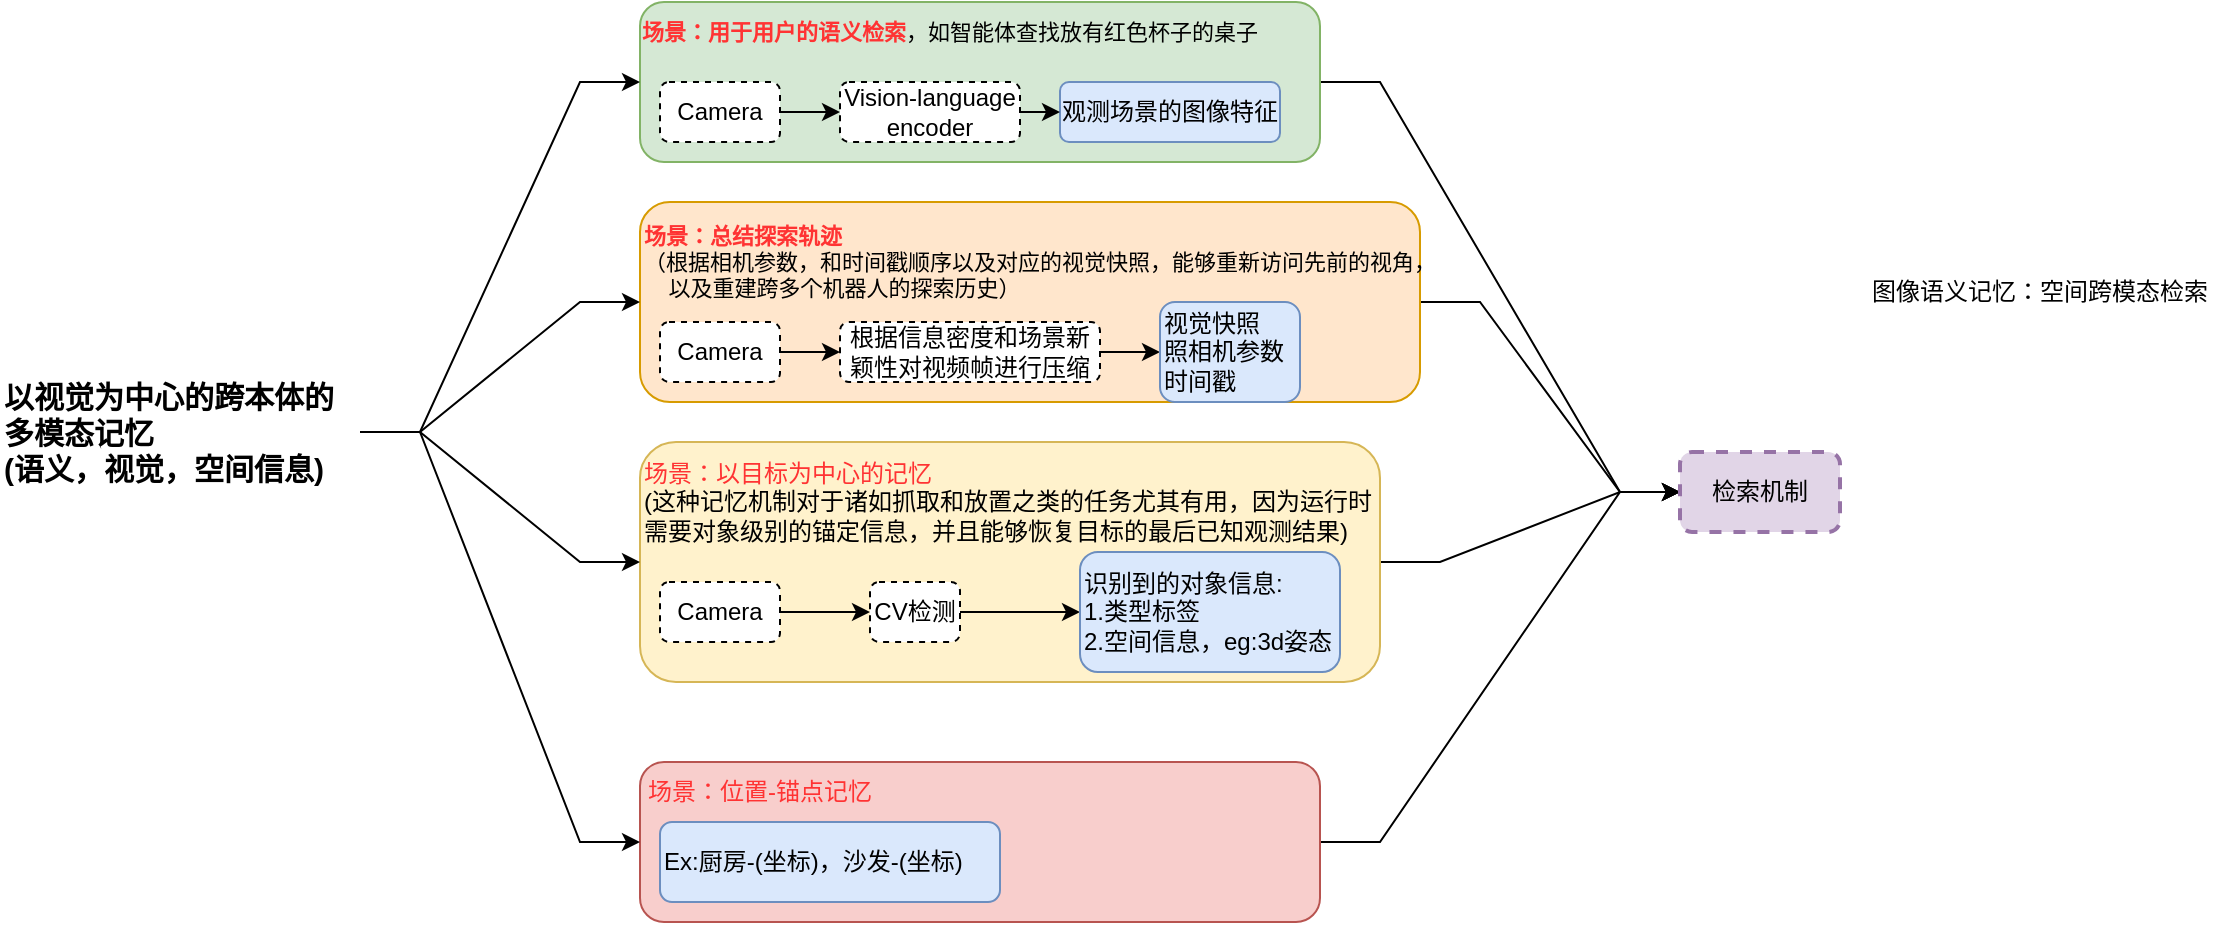
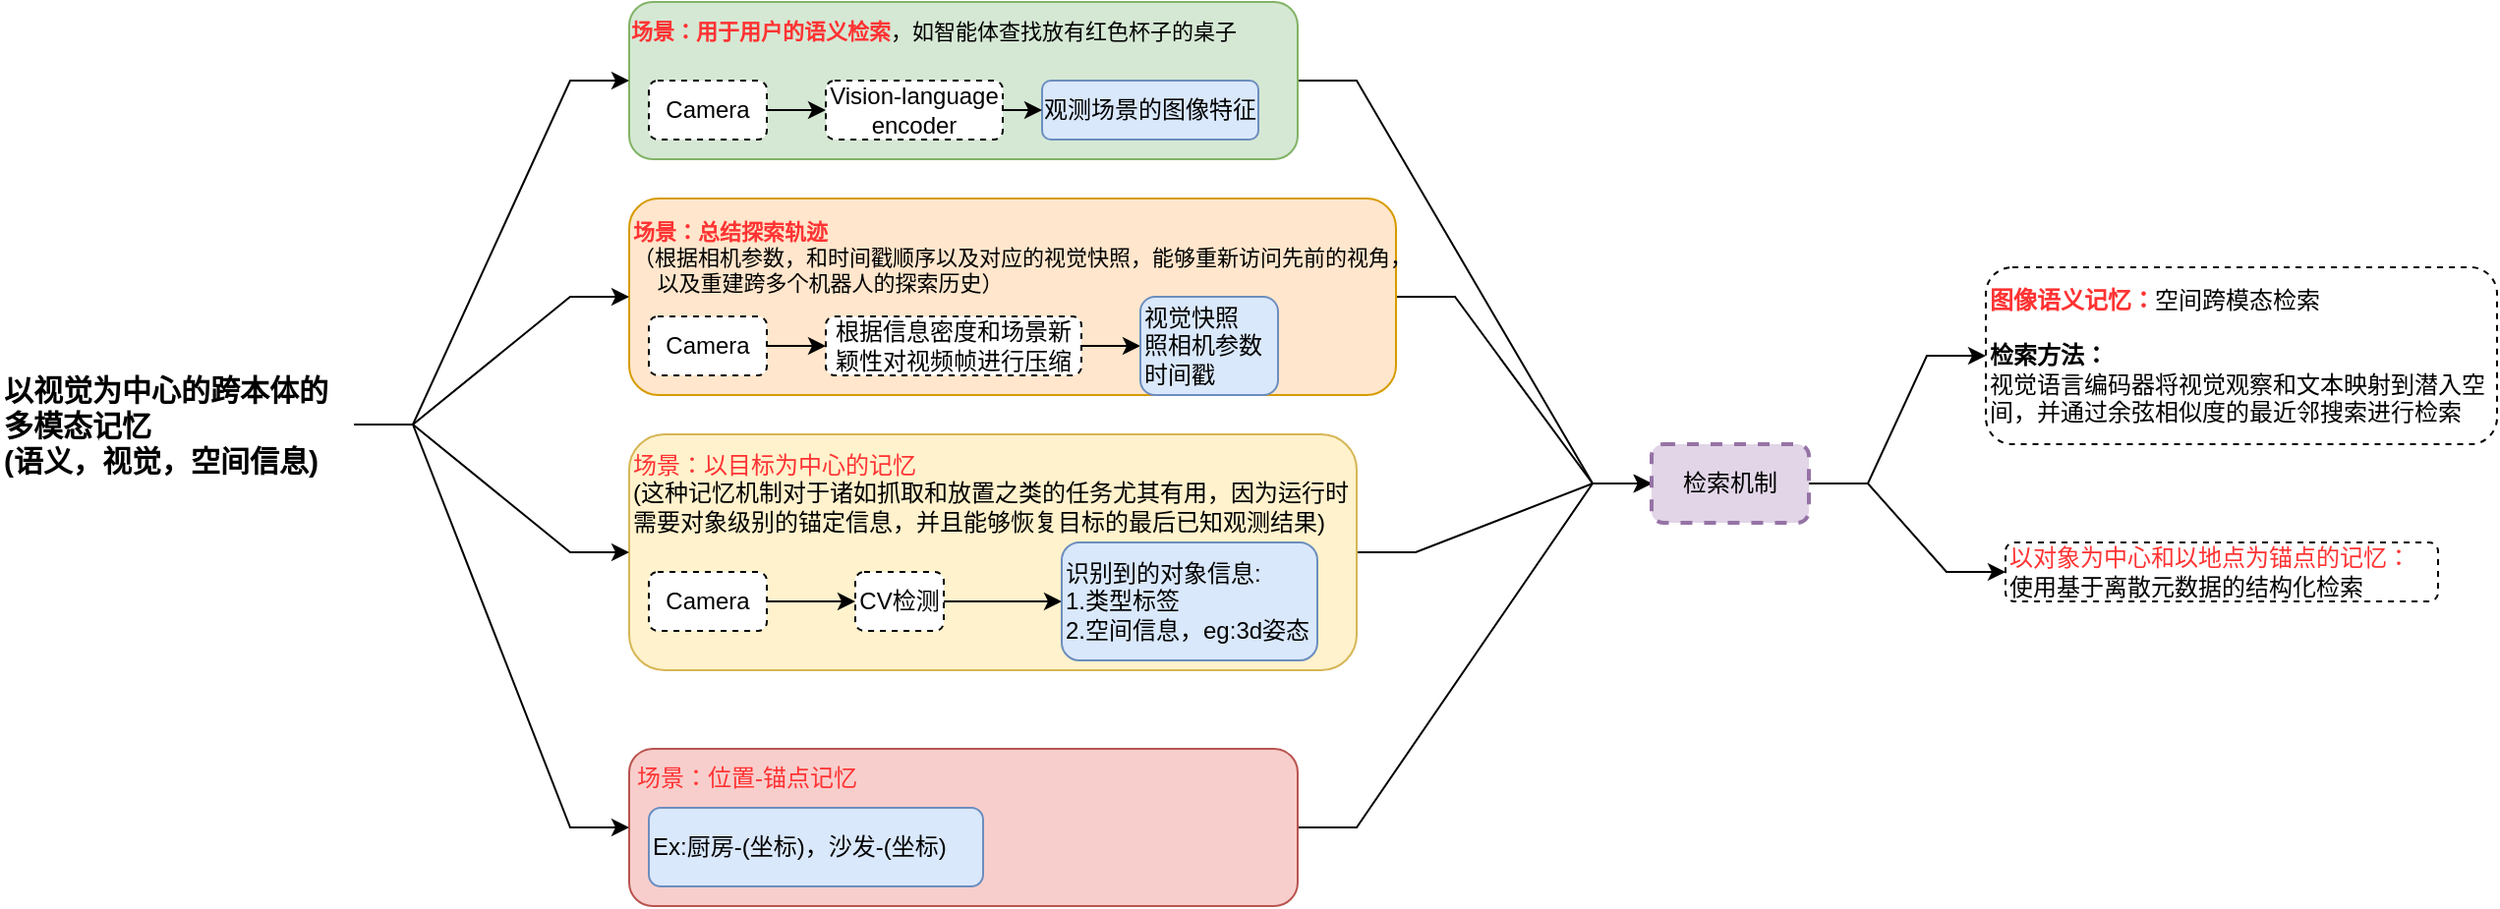
<mxfile host="app.diagrams.net">
  <diagram name="第 1 页" id="ri1UiOSOw__C7K71Jf-3">
    <mxGraphModel dx="4310" dy="547" grid="1" gridSize="10" guides="1" tooltips="1" connect="1" arrows="1" fold="1" page="1" pageScale="1" pageWidth="3300" pageHeight="2339" math="0" shadow="0">
      <root>
        <mxCell id="0" />
        <mxCell id="1" parent="0" />
        <mxCell id="8uAygAgR7DF40HWwl34I-37" edge="1" parent="1" source="8uAygAgR7DF40HWwl34I-28" style="edgeStyle=entityRelationEdgeStyle;rounded=0;orthogonalLoop=1;jettySize=auto;html=1;exitX=1;exitY=0.5;exitDx=0;exitDy=0;" target="8uAygAgR7DF40HWwl34I-33">
          <mxGeometry relative="1" as="geometry" />
        </mxCell>
        <mxCell id="8uAygAgR7DF40HWwl34I-28" parent="1" style="rounded=1;whiteSpace=wrap;html=1;fillColor=#f8cecc;strokeColor=#b85450;" value="" vertex="1">
          <mxGeometry height="80" width="340" x="200" y="440" as="geometry" />
        </mxCell>
        <mxCell id="8uAygAgR7DF40HWwl34I-36" edge="1" parent="1" source="8uAygAgR7DF40HWwl34I-24" style="edgeStyle=entityRelationEdgeStyle;rounded=0;orthogonalLoop=1;jettySize=auto;html=1;exitX=1;exitY=0.5;exitDx=0;exitDy=0;entryX=0;entryY=0.5;entryDx=0;entryDy=0;" target="8uAygAgR7DF40HWwl34I-33">
          <mxGeometry relative="1" as="geometry">
            <mxPoint x="740" y="290" as="targetPoint" />
          </mxGeometry>
        </mxCell>
        <mxCell id="8uAygAgR7DF40HWwl34I-24" parent="1" style="rounded=1;whiteSpace=wrap;html=1;fillColor=#fff2cc;strokeColor=#d6b656;" value="" vertex="1">
          <mxGeometry height="120" width="370" x="200" y="280" as="geometry" />
        </mxCell>
        <mxCell id="8uAygAgR7DF40HWwl34I-35" edge="1" parent="1" source="8uAygAgR7DF40HWwl34I-17" style="edgeStyle=entityRelationEdgeStyle;rounded=0;orthogonalLoop=1;jettySize=auto;html=1;exitX=1;exitY=0.5;exitDx=0;exitDy=0;entryX=0;entryY=0.5;entryDx=0;entryDy=0;" target="8uAygAgR7DF40HWwl34I-33">
          <mxGeometry relative="1" as="geometry" />
        </mxCell>
        <mxCell id="8uAygAgR7DF40HWwl34I-17" parent="1" style="rounded=1;whiteSpace=wrap;html=1;fillColor=#ffe6cc;strokeColor=#d79b00;" value="" vertex="1">
          <mxGeometry height="100" width="390" x="200" y="160" as="geometry" />
        </mxCell>
        <mxCell id="8uAygAgR7DF40HWwl34I-34" edge="1" parent="1" source="8uAygAgR7DF40HWwl34I-16" style="edgeStyle=entityRelationEdgeStyle;rounded=0;orthogonalLoop=1;jettySize=auto;html=1;exitX=1;exitY=0.5;exitDx=0;exitDy=0;entryX=0;entryY=0.5;entryDx=0;entryDy=0;" target="8uAygAgR7DF40HWwl34I-33">
          <mxGeometry relative="1" as="geometry" />
        </mxCell>
        <mxCell id="8uAygAgR7DF40HWwl34I-16" parent="1" style="rounded=1;whiteSpace=wrap;html=1;fillColor=#d5e8d4;strokeColor=#82b366;" value="" vertex="1">
          <mxGeometry height="80" width="340" x="200" y="60" as="geometry" />
        </mxCell>
        <mxCell id="8uAygAgR7DF40HWwl34I-29" edge="1" parent="1" source="8uAygAgR7DF40HWwl34I-1" style="edgeStyle=entityRelationEdgeStyle;rounded=0;orthogonalLoop=1;jettySize=auto;html=1;exitX=1;exitY=0.5;exitDx=0;exitDy=0;entryX=0;entryY=0.5;entryDx=0;entryDy=0;" target="8uAygAgR7DF40HWwl34I-16">
          <mxGeometry relative="1" as="geometry" />
        </mxCell>
        <mxCell id="8uAygAgR7DF40HWwl34I-30" edge="1" parent="1" source="8uAygAgR7DF40HWwl34I-1" style="edgeStyle=entityRelationEdgeStyle;rounded=0;orthogonalLoop=1;jettySize=auto;html=1;exitX=1;exitY=0.5;exitDx=0;exitDy=0;entryX=0;entryY=0.5;entryDx=0;entryDy=0;" target="8uAygAgR7DF40HWwl34I-28">
          <mxGeometry relative="1" as="geometry" />
        </mxCell>
        <mxCell id="8uAygAgR7DF40HWwl34I-31" edge="1" parent="1" source="8uAygAgR7DF40HWwl34I-1" style="edgeStyle=entityRelationEdgeStyle;rounded=0;orthogonalLoop=1;jettySize=auto;html=1;exitX=1;exitY=0.5;exitDx=0;exitDy=0;entryX=0;entryY=0.5;entryDx=0;entryDy=0;" target="8uAygAgR7DF40HWwl34I-17">
          <mxGeometry relative="1" as="geometry" />
        </mxCell>
        <mxCell id="8uAygAgR7DF40HWwl34I-32" edge="1" parent="1" source="8uAygAgR7DF40HWwl34I-1" style="edgeStyle=entityRelationEdgeStyle;rounded=0;orthogonalLoop=1;jettySize=auto;html=1;exitX=1;exitY=0.5;exitDx=0;exitDy=0;entryX=0;entryY=0.5;entryDx=0;entryDy=0;" target="8uAygAgR7DF40HWwl34I-24">
          <mxGeometry relative="1" as="geometry" />
        </mxCell>
        <mxCell id="8uAygAgR7DF40HWwl34I-1" parent="1" style="text;html=1;whiteSpace=wrap;strokeColor=none;fillColor=none;align=left;verticalAlign=middle;rounded=0;fontStyle=1;fontSize=15;" value="以视觉为中心的跨本体的多模态记忆&lt;br&gt;(语义，视觉，空间信息)" vertex="1">
          <mxGeometry height="30" width="180" x="-120" y="260" as="geometry" />
        </mxCell>
        <mxCell id="8uAygAgR7DF40HWwl34I-2" parent="1" style="rounded=1;whiteSpace=wrap;html=1;fillColor=#dae8fc;strokeColor=#6c8ebf;" value="观测场景的图像特征" vertex="1">
          <mxGeometry height="30" width="110" x="410" y="100" as="geometry" />
        </mxCell>
        <mxCell id="8uAygAgR7DF40HWwl34I-5" edge="1" parent="1" source="8uAygAgR7DF40HWwl34I-3" style="edgeStyle=orthogonalEdgeStyle;rounded=0;orthogonalLoop=1;jettySize=auto;html=1;exitX=1;exitY=0.5;exitDx=0;exitDy=0;entryX=0;entryY=0.5;entryDx=0;entryDy=0;" target="8uAygAgR7DF40HWwl34I-2">
          <mxGeometry relative="1" as="geometry" />
        </mxCell>
        <mxCell id="8uAygAgR7DF40HWwl34I-3" parent="1" style="rounded=1;whiteSpace=wrap;html=1;dashed=1;" value="Vision-language encoder" vertex="1">
          <mxGeometry height="30" width="90" x="300" y="100" as="geometry" />
        </mxCell>
        <mxCell id="8uAygAgR7DF40HWwl34I-6" edge="1" parent="1" source="8uAygAgR7DF40HWwl34I-4" style="edgeStyle=orthogonalEdgeStyle;rounded=0;orthogonalLoop=1;jettySize=auto;html=1;exitX=1;exitY=0.5;exitDx=0;exitDy=0;entryX=0;entryY=0.5;entryDx=0;entryDy=0;" target="8uAygAgR7DF40HWwl34I-3">
          <mxGeometry relative="1" as="geometry" />
        </mxCell>
        <mxCell id="8uAygAgR7DF40HWwl34I-4" parent="1" style="rounded=1;whiteSpace=wrap;html=1;dashed=1;" value="Camera" vertex="1">
          <mxGeometry height="30" width="60" x="210" y="100" as="geometry" />
        </mxCell>
        <mxCell id="8uAygAgR7DF40HWwl34I-7" parent="1" style="text;html=1;whiteSpace=wrap;strokeColor=none;fillColor=none;align=center;verticalAlign=middle;rounded=0;fontSize=11;" value="&lt;b&gt;&lt;font style=&quot;color: rgb(255, 51, 51);&quot;&gt;场景：用于用户的语义检索&lt;/font&gt;&lt;/b&gt;，如智能体查找放有红色杯子的桌子" vertex="1">
          <mxGeometry height="30" width="310" x="200" y="60" as="geometry" />
        </mxCell>
        <mxCell id="8uAygAgR7DF40HWwl34I-10" edge="1" parent="1" source="8uAygAgR7DF40HWwl34I-8" style="edgeStyle=orthogonalEdgeStyle;rounded=0;orthogonalLoop=1;jettySize=auto;html=1;" target="8uAygAgR7DF40HWwl34I-9" value="">
          <mxGeometry relative="1" as="geometry" />
        </mxCell>
        <mxCell id="8uAygAgR7DF40HWwl34I-8" parent="1" style="rounded=1;whiteSpace=wrap;html=1;dashed=1;" value="Camera" vertex="1">
          <mxGeometry height="30" width="60" x="210" y="220" as="geometry" />
        </mxCell>
        <mxCell id="8uAygAgR7DF40HWwl34I-14" edge="1" parent="1" source="8uAygAgR7DF40HWwl34I-9" style="edgeStyle=orthogonalEdgeStyle;rounded=0;orthogonalLoop=1;jettySize=auto;html=1;exitX=1;exitY=0.5;exitDx=0;exitDy=0;entryX=0;entryY=0.5;entryDx=0;entryDy=0;" target="8uAygAgR7DF40HWwl34I-13">
          <mxGeometry relative="1" as="geometry" />
        </mxCell>
        <mxCell id="8uAygAgR7DF40HWwl34I-9" parent="1" style="rounded=1;whiteSpace=wrap;html=1;dashed=1;" value="根据信息密度和场景新颖性对视频帧进行压缩" vertex="1">
          <mxGeometry height="30" width="130" x="300" y="220" as="geometry" />
        </mxCell>
        <mxCell id="8uAygAgR7DF40HWwl34I-11" parent="1" style="text;html=1;whiteSpace=wrap;strokeColor=none;fillColor=none;align=left;verticalAlign=middle;rounded=0;fontSize=11;" value="&lt;b&gt;&lt;font style=&quot;color: rgb(255, 51, 51);&quot;&gt;场景：总结探索轨迹&lt;/font&gt;&lt;/b&gt;&lt;br&gt;（根据相机参数，和时间戳顺序以及对应的视觉快照，能够重新访问先前的视角，&lt;br&gt;&amp;nbsp; &amp;nbsp; 以及重建跨多个机器人的探索历史）" vertex="1">
          <mxGeometry height="40" width="420" x="200" y="170" as="geometry" />
        </mxCell>
        <mxCell id="8uAygAgR7DF40HWwl34I-13" parent="1" style="rounded=1;whiteSpace=wrap;html=1;fillColor=#dae8fc;strokeColor=#6c8ebf;align=left;" value="视觉快照&lt;br&gt;&lt;span style=&quot;&quot;&gt;照相机参数&lt;/span&gt;&lt;div style=&quot;&quot;&gt;时间戳&lt;/div&gt;" vertex="1">
          <mxGeometry height="50" width="70" x="460" y="210" as="geometry" />
        </mxCell>
        <mxCell id="8uAygAgR7DF40HWwl34I-25" edge="1" parent="1" source="8uAygAgR7DF40HWwl34I-19" style="edgeStyle=orthogonalEdgeStyle;rounded=0;orthogonalLoop=1;jettySize=auto;html=1;exitX=1;exitY=0.5;exitDx=0;exitDy=0;entryX=0;entryY=0.5;entryDx=0;entryDy=0;" target="8uAygAgR7DF40HWwl34I-20">
          <mxGeometry relative="1" as="geometry" />
        </mxCell>
        <mxCell id="8uAygAgR7DF40HWwl34I-19" parent="1" style="rounded=1;whiteSpace=wrap;html=1;dashed=1;" value="Camera" vertex="1">
          <mxGeometry height="30" width="60" x="210" y="350" as="geometry" />
        </mxCell>
        <mxCell id="8uAygAgR7DF40HWwl34I-22" edge="1" parent="1" source="8uAygAgR7DF40HWwl34I-20" style="edgeStyle=orthogonalEdgeStyle;rounded=0;orthogonalLoop=1;jettySize=auto;html=1;" target="8uAygAgR7DF40HWwl34I-21" value="">
          <mxGeometry relative="1" as="geometry" />
        </mxCell>
        <mxCell id="8uAygAgR7DF40HWwl34I-20" parent="1" style="rounded=1;whiteSpace=wrap;html=1;dashed=1;" value="CV检测" vertex="1">
          <mxGeometry height="30" width="45" x="315" y="350" as="geometry" />
        </mxCell>
        <mxCell id="8uAygAgR7DF40HWwl34I-21" parent="1" style="rounded=1;whiteSpace=wrap;html=1;align=left;fillColor=#dae8fc;strokeColor=#6c8ebf;" value="识别到的对象信息:&lt;div&gt;1.类型标签&lt;br&gt;2.空间信息，eg:3d姿态&lt;/div&gt;" vertex="1">
          <mxGeometry height="60" width="130" x="420" y="335" as="geometry" />
        </mxCell>
        <mxCell id="8uAygAgR7DF40HWwl34I-23" parent="1" style="text;html=1;whiteSpace=wrap;strokeColor=none;fillColor=none;align=left;verticalAlign=middle;rounded=0;" value="&lt;font style=&quot;color: rgb(255, 51, 51);&quot;&gt;场景：以目标为中心的记忆&lt;/font&gt;&lt;br&gt;(这种记忆机制对于诸如抓取和放置之类的任务尤其有用，因为运行时需要对象级别的锚定信息，并且能够恢复目标的最后已知观测结果)" vertex="1">
          <mxGeometry height="50" width="370" x="200" y="285" as="geometry" />
        </mxCell>
        <mxCell id="8uAygAgR7DF40HWwl34I-26" parent="1" style="rounded=1;whiteSpace=wrap;html=1;align=left;fillColor=#dae8fc;strokeColor=#6c8ebf;" value="Ex:厨房-(坐标)，沙发-(坐标)" vertex="1">
          <mxGeometry height="40" width="170" x="210" y="470" as="geometry" />
        </mxCell>
        <mxCell id="8uAygAgR7DF40HWwl34I-27" parent="1" style="text;html=1;whiteSpace=wrap;strokeColor=none;fillColor=none;align=center;verticalAlign=middle;rounded=0;fontColor=#FF3333;" value="场景：&lt;span style=&quot;text-align: left;&quot;&gt;位置-锚点记忆&lt;/span&gt;" vertex="1">
          <mxGeometry height="30" width="120" x="200" y="440" as="geometry" />
        </mxCell>
+         <mxCell id="8uAygAgR7DF40HWwl34I-42" edge="1" parent="1" source="8uAygAgR7DF40HWwl34I-33" style="edgeStyle=entityRelationEdgeStyle;rounded=0;orthogonalLoop=1;jettySize=auto;html=1;exitX=1;exitY=0.5;exitDx=0;exitDy=0;" target="8uAygAgR7DF40HWwl34I-40">
+           <mxGeometry relative="1" as="geometry" />
+         </mxCell>
+         <mxCell id="8uAygAgR7DF40HWwl34I-43" edge="1" parent="1" source="8uAygAgR7DF40HWwl34I-33" style="edgeStyle=entityRelationEdgeStyle;rounded=0;orthogonalLoop=1;jettySize=auto;html=1;exitX=1;exitY=0.5;exitDx=0;exitDy=0;entryX=0;entryY=0.5;entryDx=0;entryDy=0;" target="8uAygAgR7DF40HWwl34I-41">
+           <mxGeometry relative="1" as="geometry" />
+         </mxCell>
        <mxCell id="8uAygAgR7DF40HWwl34I-33" parent="1" style="rounded=1;whiteSpace=wrap;html=1;fillColor=#e1d5e7;strokeColor=#9673a6;dashed=1;strokeWidth=2;" value="检索机制" vertex="1">
          <mxGeometry height="40" width="80" x="720" y="285" as="geometry" />
        </mxCell>
-         <mxCell id="8uAygAgR7DF40HWwl34I-40" parent="1" style="text;html=1;whiteSpace=wrap;strokeColor=none;fillColor=none;align=center;verticalAlign=middle;rounded=0;" value="图像语义记忆：空间跨模态检索" vertex="1">
-           <mxGeometry height="30" width="180" x="810" y="190" as="geometry" />
+         <mxCell id="8uAygAgR7DF40HWwl34I-40" parent="1" style="text;html=1;whiteSpace=wrap;strokeColor=default;fillColor=none;align=left;verticalAlign=middle;rounded=1;dashed=1;" value="&lt;b&gt;&lt;font style=&quot;color: rgb(255, 51, 51);&quot;&gt;图像语义记忆：&lt;/font&gt;&lt;/b&gt;空间跨模态检索&lt;br&gt;&lt;br&gt;&lt;b&gt;&lt;font style=&quot;color: rgb(0, 0, 0);&quot;&gt;检索方法：&lt;/font&gt;&lt;/b&gt;&lt;br&gt;视觉语言编码器将视觉观察和文本映射到潜入空间，并通过余弦相似度的最近邻搜索进行检索" vertex="1">
+           <mxGeometry height="90" width="260" x="890" y="195" as="geometry" />
+         </mxCell>
+         <mxCell id="8uAygAgR7DF40HWwl34I-41" parent="1" style="text;html=1;whiteSpace=wrap;strokeColor=default;fillColor=none;align=left;verticalAlign=middle;rounded=1;dashed=1;" value="&lt;font style=&quot;color: rgb(255, 51, 51);&quot;&gt;以对象为中心和以地点为锚点的记忆：&lt;/font&gt;&lt;br&gt;使用基于离散元数据的结构化检索" vertex="1">
+           <mxGeometry height="30" width="220" x="900" y="335" as="geometry" />
        </mxCell>
      </root>
    </mxGraphModel>
  </diagram>
</mxfile>
